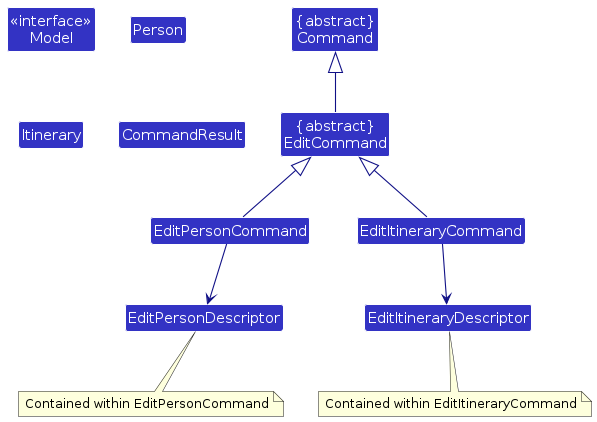
Before: diagrams/EditCommandClassDiagram.png, a diagram exported from PlantUML (reyestyh/tp). Its source is kept beside it as diagrams/EditCommandClassDiagram.puml. The source it was exported from:
```plantuml
@startuml
!include style.puml
skinparam arrowThickness 1.1
skinparam arrowColor LOGIC_COLOR_T4
skinparam classBackgroundColor LOGIC_COLOR

Class "{abstract}\nCommand" as Command
Class "{abstract}\nEditCommand" as EditCommand
Class "EditPersonCommand" as EditPersonCommand
Class "EditItineraryCommand" as EditItineraryCommand
Class "EditPersonDescriptor" as EditPersonDescriptor
Class "EditItineraryDescriptor" as EditItineraryDescriptor
Class "<<interface>>\nModel" as Model
Class "Person" as Person
Class "Itinerary" as Itinerary
Class "CommandResult" as CommandResult

Command <|-- EditCommand
EditCommand <|-- EditPersonCommand
EditCommand <|-- EditItineraryCommand
EditPersonCommand --> EditPersonDescriptor
EditItineraryCommand --> EditItineraryDescriptor

note bottom of EditPersonDescriptor
Contained within EditPersonCommand
end note

note bottom of EditItineraryDescriptor
Contained within EditItineraryCommand
end note

@enduml
```
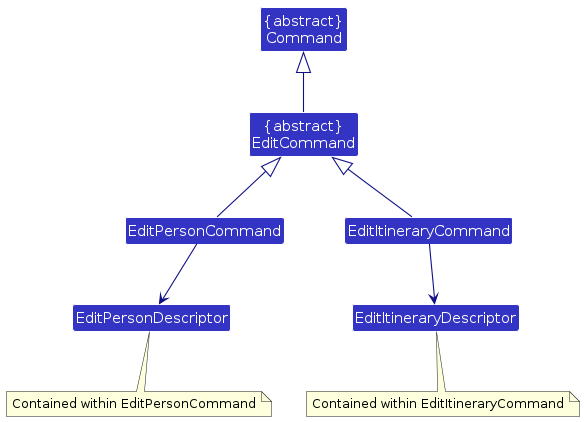
The same file after the commit.

Change to the diagram source:
```diff
@@ -10,10 +10,6 @@
 Class "EditItineraryCommand" as EditItineraryCommand
 Class "EditPersonDescriptor" as EditPersonDescriptor
 Class "EditItineraryDescriptor" as EditItineraryDescriptor
-Class "<<interface>>\nModel" as Model
-Class "Person" as Person
-Class "Itinerary" as Itinerary
-Class "CommandResult" as CommandResult
 
 Command <|-- EditCommand
 EditCommand <|-- EditPersonCommand
```
